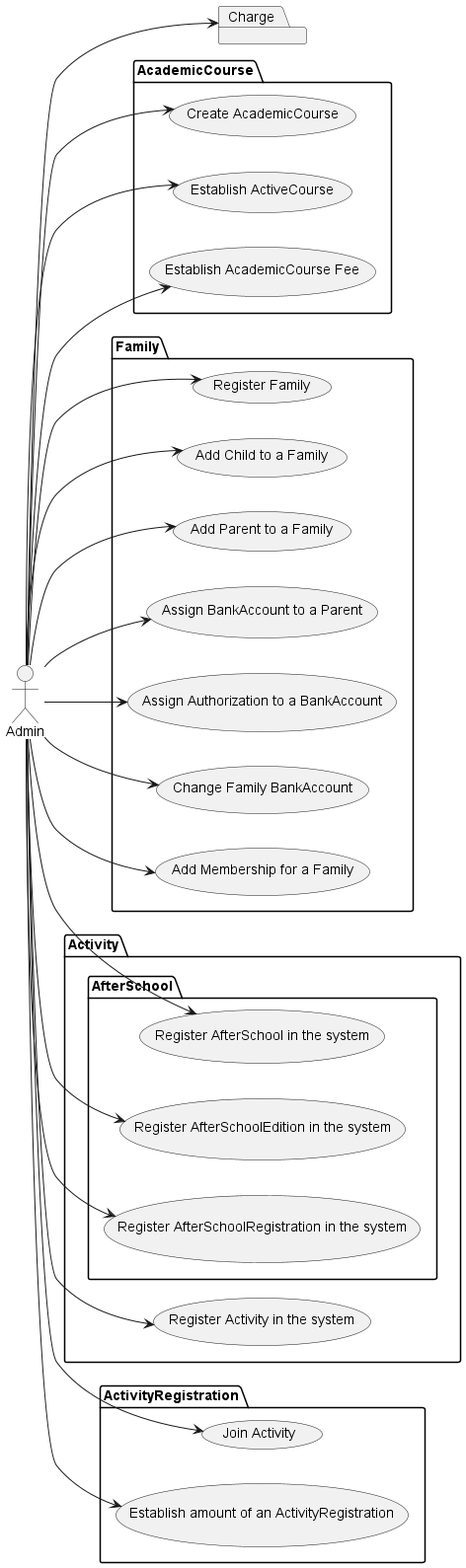
Earlier version of the PlantUML export doc/UseCasesDiagram/UseCasesDiagram.png (IgnacioMaestro/ampa-manager).
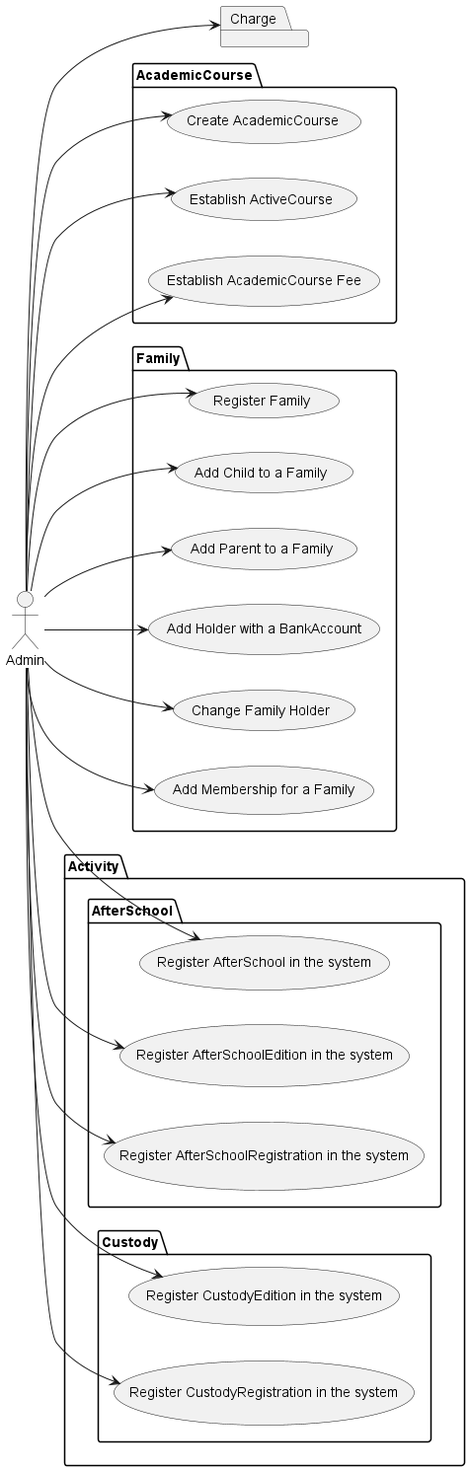
After the change.

Change to the diagram source:
```diff
@@ -10,23 +10,20 @@
     Admin --> (Register Family)
     Admin --> (Add Child to a Family)
     Admin --> (Add Parent to a Family)
-    Admin --> (Assign BankAccount to a Parent)
-    Admin --> (Assign Authorization to a BankAccount)
-    Admin --> (Change Family BankAccount)
+    Admin --> (Add Holder with a BankAccount)
+    Admin --> (Change Family Holder)
     Admin --> (Add Membership for a Family)
 }
 package Activity {
-    Admin --> (Register Activity in the system)
-
     package AfterSchool {
         Admin --> (Register AfterSchool in the system)
         Admin --> (Register AfterSchoolEdition in the system)
         Admin --> (Register AfterSchoolRegistration in the system)
     }
-}
-package ActivityRegistration {
-    Admin --> (Join Activity)
-    Admin --> (Establish amount of an ActivityRegistration)
+    package Custody {
+        Admin --> (Register CustodyEdition in the system)
+        Admin --> (Register CustodyRegistration in the system)
+    }
 }
 package Charge {
 }
```
